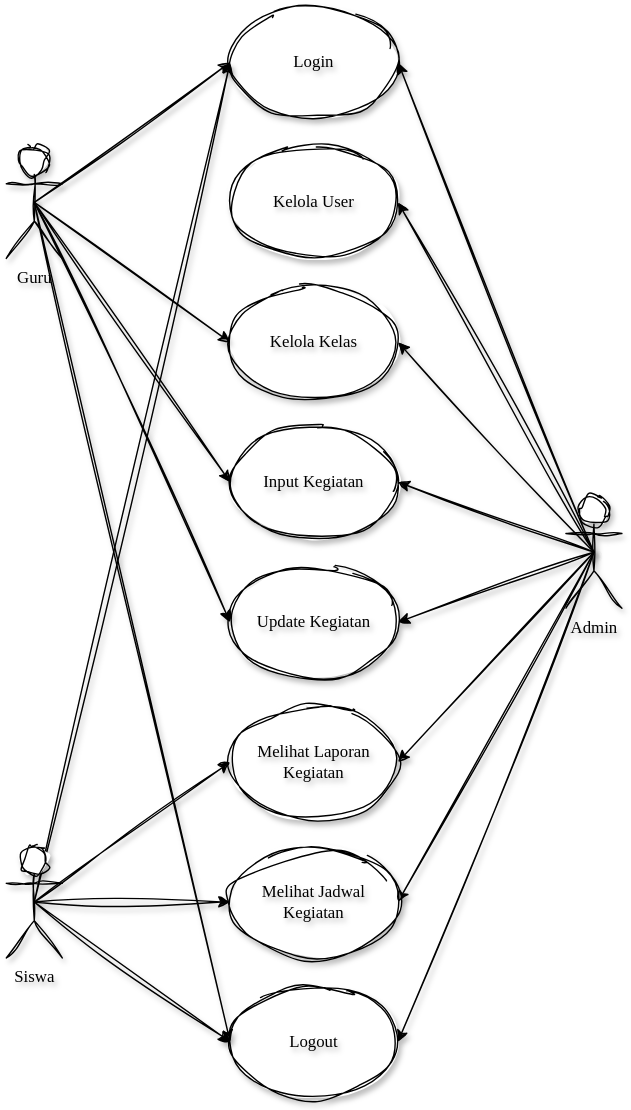
Earlier version of the draw.io export Docs/Usecase.drawio.svg (SukaMCD/Aplikasi-Guru). Source tidied: cells renumbered, new cells last; positions are measured from the earlier drawing's top-left corner, leaving out a move shared by most shapes.
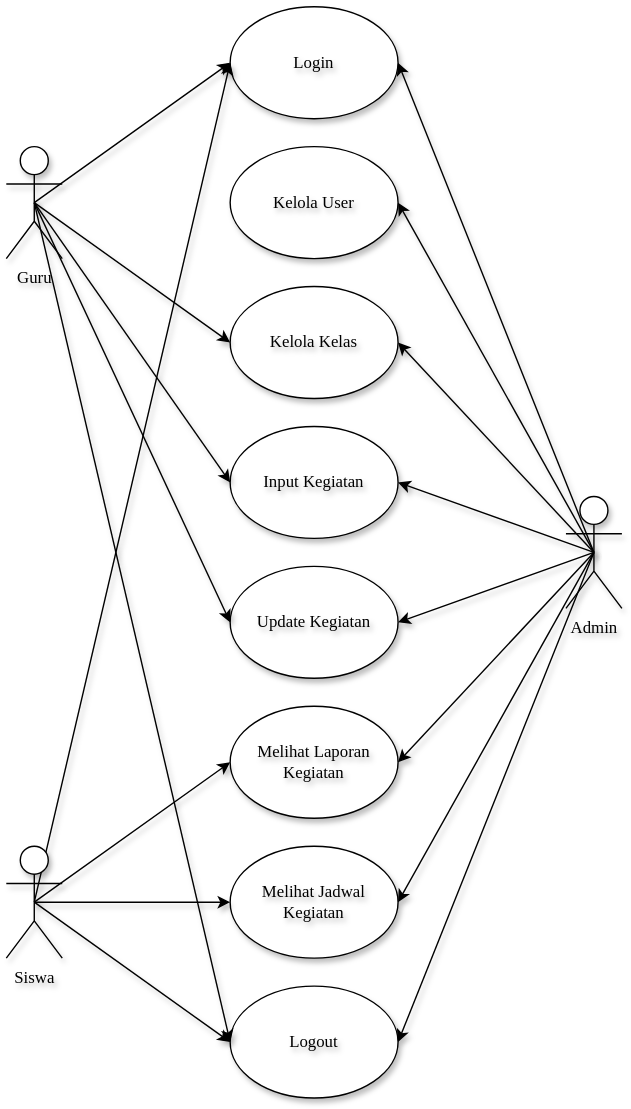
Later version of the same file.

Diff of the diagram source:
```diff
@@ -2,90 +2,90 @@
   <root>
     <mxCell id="0" />
     <mxCell id="1" parent="0" />
-    <mxCell id="2" value="Login" style="ellipse;whiteSpace=wrap;html=1;sketch=1;curveFitting=1;jiggle=2;shadow=1;fontFamily=Times New Roman;labelBackgroundColor=none;strokeColor=light-dark(#000000,#000000);fontColor=light-dark(#000000,#FFFFFF);textShadow=1;labelBorderColor=none;" parent="1" vertex="1">
+    <mxCell id="2" value="Login" style="ellipse;whiteSpace=wrap;html=1;shadow=1;fontFamily=Times New Roman;labelBackgroundColor=none;strokeColor=light-dark(#000000,#000000);fontColor=light-dark(#000000,#FFFFFF);textShadow=1;labelBorderColor=none;" parent="1" vertex="1">
       <mxGeometry x="160" width="120" height="80" as="geometry" />
     </mxCell>
-    <mxCell id="3" value="Kelola User" style="ellipse;whiteSpace=wrap;html=1;sketch=1;curveFitting=1;jiggle=2;shadow=1;fontFamily=Times New Roman;labelBackgroundColor=none;strokeColor=light-dark(#000000,#000000);fontColor=light-dark(#000000,#FFFFFF);textShadow=1;labelBorderColor=none;" parent="1" vertex="1">
+    <mxCell id="3" value="Kelola User" style="ellipse;whiteSpace=wrap;html=1;shadow=1;fontFamily=Times New Roman;labelBackgroundColor=none;strokeColor=light-dark(#000000,#000000);fontColor=light-dark(#000000,#FFFFFF);textShadow=1;labelBorderColor=none;" parent="1" vertex="1">
       <mxGeometry x="160" y="100" width="120" height="80" as="geometry" />
     </mxCell>
-    <mxCell id="4" value="Kelola Kelas" style="ellipse;whiteSpace=wrap;html=1;sketch=1;curveFitting=1;jiggle=2;shadow=1;fontFamily=Times New Roman;labelBackgroundColor=none;strokeColor=light-dark(#000000,#000000);fontColor=light-dark(#000000,#FFFFFF);textShadow=1;labelBorderColor=none;" parent="1" vertex="1">
+    <mxCell id="4" value="Kelola Kelas" style="ellipse;whiteSpace=wrap;html=1;shadow=1;fontFamily=Times New Roman;labelBackgroundColor=none;strokeColor=light-dark(#000000,#000000);fontColor=light-dark(#000000,#FFFFFF);textShadow=1;labelBorderColor=none;" parent="1" vertex="1">
       <mxGeometry x="160" y="200" width="120" height="80" as="geometry" />
     </mxCell>
-    <mxCell id="5" value="Input Kegiatan" style="ellipse;whiteSpace=wrap;html=1;sketch=1;curveFitting=1;jiggle=2;shadow=1;fontFamily=Times New Roman;labelBackgroundColor=none;strokeColor=light-dark(#000000,#000000);fontColor=light-dark(#000000,#FFFFFF);textShadow=1;labelBorderColor=none;" parent="1" vertex="1">
+    <mxCell id="5" value="Input Kegiatan" style="ellipse;whiteSpace=wrap;html=1;shadow=1;fontFamily=Times New Roman;labelBackgroundColor=none;strokeColor=light-dark(#000000,#000000);fontColor=light-dark(#000000,#FFFFFF);textShadow=1;labelBorderColor=none;" parent="1" vertex="1">
       <mxGeometry x="160" y="300" width="120" height="80" as="geometry" />
     </mxCell>
-    <mxCell id="6" value="Update Kegiatan" style="ellipse;whiteSpace=wrap;html=1;sketch=1;curveFitting=1;jiggle=2;shadow=1;fontFamily=Times New Roman;labelBackgroundColor=none;strokeColor=light-dark(#000000,#000000);fontColor=light-dark(#000000,#FFFFFF);textShadow=1;labelBorderColor=none;" parent="1" vertex="1">
+    <mxCell id="6" value="Update Kegiatan" style="ellipse;whiteSpace=wrap;html=1;shadow=1;fontFamily=Times New Roman;labelBackgroundColor=none;strokeColor=light-dark(#000000,#000000);fontColor=light-dark(#000000,#FFFFFF);textShadow=1;labelBorderColor=none;" parent="1" vertex="1">
       <mxGeometry x="160" y="400" width="120" height="80" as="geometry" />
     </mxCell>
-    <mxCell id="7" value="Melihat Laporan Kegiatan" style="ellipse;whiteSpace=wrap;html=1;sketch=1;curveFitting=1;jiggle=2;shadow=1;fontFamily=Times New Roman;labelBackgroundColor=none;strokeColor=light-dark(#000000,#000000);fontColor=light-dark(#000000,#FFFFFF);textShadow=1;labelBorderColor=none;" parent="1" vertex="1">
+    <mxCell id="7" value="Melihat Laporan Kegiatan" style="ellipse;whiteSpace=wrap;html=1;shadow=1;fontFamily=Times New Roman;labelBackgroundColor=none;strokeColor=light-dark(#000000,#000000);fontColor=light-dark(#000000,#FFFFFF);textShadow=1;labelBorderColor=none;" parent="1" vertex="1">
       <mxGeometry x="160" y="500" width="120" height="80" as="geometry" />
     </mxCell>
-    <mxCell id="8" value="Melihat Jadwal Kegiatan" style="ellipse;whiteSpace=wrap;html=1;sketch=1;curveFitting=1;jiggle=2;shadow=1;fontFamily=Times New Roman;labelBackgroundColor=none;strokeColor=light-dark(#000000,#000000);fontColor=light-dark(#000000,#FFFFFF);textShadow=1;labelBorderColor=none;" parent="1" vertex="1">
+    <mxCell id="8" value="Melihat Jadwal Kegiatan" style="ellipse;whiteSpace=wrap;html=1;shadow=1;fontFamily=Times New Roman;labelBackgroundColor=none;strokeColor=light-dark(#000000,#000000);fontColor=light-dark(#000000,#FFFFFF);textShadow=1;labelBorderColor=none;" parent="1" vertex="1">
       <mxGeometry x="160" y="600" width="120" height="80" as="geometry" />
     </mxCell>
-    <mxCell id="9" value="Logout" style="ellipse;whiteSpace=wrap;html=1;sketch=1;curveFitting=1;jiggle=2;shadow=1;fontFamily=Times New Roman;labelBackgroundColor=none;strokeColor=light-dark(#000000,#000000);fontColor=light-dark(#000000,#FFFFFF);textShadow=1;labelBorderColor=none;" parent="1" vertex="1">
+    <mxCell id="9" value="Logout" style="ellipse;whiteSpace=wrap;html=1;shadow=1;fontFamily=Times New Roman;labelBackgroundColor=none;strokeColor=light-dark(#000000,#000000);fontColor=light-dark(#000000,#FFFFFF);textShadow=1;labelBorderColor=none;" parent="1" vertex="1">
       <mxGeometry x="160" y="700" width="120" height="80" as="geometry" />
     </mxCell>
-    <mxCell id="10" style="edgeStyle=none;html=1;exitX=0.5;exitY=0.5;exitDx=0;exitDy=0;exitPerimeter=0;entryX=1;entryY=0.5;entryDx=0;entryDy=0;sketch=1;curveFitting=1;jiggle=2;shadow=1;fontFamily=Times New Roman;labelBackgroundColor=none;fontColor=light-dark(#000000,#000000);strokeColor=light-dark(#000000,#000000);textShadow=1;labelBorderColor=none;" parent="1" edge="1" source="18" target="2">
+    <mxCell id="10" style="edgeStyle=none;html=1;exitX=0.5;exitY=0.5;exitDx=0;exitDy=0;exitPerimeter=0;entryX=1;entryY=0.5;entryDx=0;entryDy=0;shadow=1;fontFamily=Times New Roman;labelBackgroundColor=none;fontColor=light-dark(#000000,#000000);strokeColor=light-dark(#000000,#000000);textShadow=1;labelBorderColor=none;" parent="1" edge="1" source="18" target="2">
       <mxGeometry relative="1" as="geometry" />
     </mxCell>
-    <mxCell id="11" style="edgeStyle=none;html=1;exitX=0.5;exitY=0.5;exitDx=0;exitDy=0;exitPerimeter=0;entryX=1;entryY=0.5;entryDx=0;entryDy=0;sketch=1;curveFitting=1;jiggle=2;shadow=1;fontFamily=Times New Roman;labelBackgroundColor=none;fontColor=light-dark(#000000,#000000);strokeColor=light-dark(#000000,#000000);textShadow=1;labelBorderColor=none;" parent="1" edge="1" source="18" target="3">
+    <mxCell id="11" style="edgeStyle=none;html=1;exitX=0.5;exitY=0.5;exitDx=0;exitDy=0;exitPerimeter=0;entryX=1;entryY=0.5;entryDx=0;entryDy=0;shadow=1;fontFamily=Times New Roman;labelBackgroundColor=none;fontColor=light-dark(#000000,#000000);strokeColor=light-dark(#000000,#000000);textShadow=1;labelBorderColor=none;" parent="1" edge="1" source="18" target="3">
       <mxGeometry relative="1" as="geometry" />
     </mxCell>
-    <mxCell id="12" style="edgeStyle=none;html=1;exitX=0.5;exitY=0.5;exitDx=0;exitDy=0;exitPerimeter=0;entryX=1;entryY=0.5;entryDx=0;entryDy=0;sketch=1;curveFitting=1;jiggle=2;shadow=1;fontFamily=Times New Roman;labelBackgroundColor=none;fontColor=light-dark(#000000,#000000);strokeColor=light-dark(#000000,#000000);textShadow=1;labelBorderColor=none;" parent="1" edge="1" source="18" target="5">
+    <mxCell id="12" style="edgeStyle=none;html=1;exitX=0.5;exitY=0.5;exitDx=0;exitDy=0;exitPerimeter=0;entryX=1;entryY=0.5;entryDx=0;entryDy=0;shadow=1;fontFamily=Times New Roman;labelBackgroundColor=none;fontColor=light-dark(#000000,#000000);strokeColor=light-dark(#000000,#000000);textShadow=1;labelBorderColor=none;" parent="1" edge="1" source="18" target="5">
       <mxGeometry relative="1" as="geometry" />
     </mxCell>
-    <mxCell id="13" style="edgeStyle=none;html=1;exitX=0.5;exitY=0.5;exitDx=0;exitDy=0;exitPerimeter=0;entryX=1;entryY=0.5;entryDx=0;entryDy=0;sketch=1;curveFitting=1;jiggle=2;shadow=1;fontFamily=Times New Roman;labelBackgroundColor=none;fontColor=light-dark(#000000,#000000);strokeColor=light-dark(#000000,#000000);textShadow=1;labelBorderColor=none;" parent="1" edge="1" source="18" target="6">
+    <mxCell id="13" style="edgeStyle=none;html=1;exitX=0.5;exitY=0.5;exitDx=0;exitDy=0;exitPerimeter=0;entryX=1;entryY=0.5;entryDx=0;entryDy=0;shadow=1;fontFamily=Times New Roman;labelBackgroundColor=none;fontColor=light-dark(#000000,#000000);strokeColor=light-dark(#000000,#000000);textShadow=1;labelBorderColor=none;" parent="1" edge="1" source="18" target="6">
       <mxGeometry relative="1" as="geometry" />
     </mxCell>
-    <mxCell id="14" style="edgeStyle=none;html=1;exitX=0.5;exitY=0.5;exitDx=0;exitDy=0;exitPerimeter=0;entryX=1;entryY=0.5;entryDx=0;entryDy=0;sketch=1;curveFitting=1;jiggle=2;shadow=1;fontFamily=Times New Roman;labelBackgroundColor=none;fontColor=light-dark(#000000,#000000);strokeColor=light-dark(#000000,#000000);textShadow=1;labelBorderColor=none;" parent="1" edge="1" source="18" target="7">
+    <mxCell id="14" style="edgeStyle=none;html=1;exitX=0.5;exitY=0.5;exitDx=0;exitDy=0;exitPerimeter=0;entryX=1;entryY=0.5;entryDx=0;entryDy=0;shadow=1;fontFamily=Times New Roman;labelBackgroundColor=none;fontColor=light-dark(#000000,#000000);strokeColor=light-dark(#000000,#000000);textShadow=1;labelBorderColor=none;" parent="1" edge="1" source="18" target="7">
       <mxGeometry relative="1" as="geometry" />
     </mxCell>
-    <mxCell id="15" style="edgeStyle=none;html=1;exitX=0.5;exitY=0.5;exitDx=0;exitDy=0;exitPerimeter=0;entryX=1;entryY=0.5;entryDx=0;entryDy=0;sketch=1;curveFitting=1;jiggle=2;shadow=1;fontFamily=Times New Roman;labelBackgroundColor=none;fontColor=light-dark(#000000,#000000);strokeColor=light-dark(#000000,#000000);textShadow=1;labelBorderColor=none;" parent="1" edge="1" source="18" target="8">
+    <mxCell id="15" style="edgeStyle=none;html=1;exitX=0.5;exitY=0.5;exitDx=0;exitDy=0;exitPerimeter=0;entryX=1;entryY=0.5;entryDx=0;entryDy=0;shadow=1;fontFamily=Times New Roman;labelBackgroundColor=none;fontColor=light-dark(#000000,#000000);strokeColor=light-dark(#000000,#000000);textShadow=1;labelBorderColor=none;" parent="1" edge="1" source="18" target="8">
       <mxGeometry relative="1" as="geometry" />
     </mxCell>
-    <mxCell id="16" style="edgeStyle=none;html=1;exitX=0.5;exitY=0.5;exitDx=0;exitDy=0;exitPerimeter=0;entryX=1;entryY=0.5;entryDx=0;entryDy=0;sketch=1;curveFitting=1;jiggle=2;shadow=1;fontFamily=Times New Roman;labelBackgroundColor=none;fontColor=light-dark(#000000,#000000);strokeColor=light-dark(#000000,#000000);textShadow=1;labelBorderColor=none;" parent="1" edge="1" source="18" target="9">
+    <mxCell id="16" style="edgeStyle=none;html=1;exitX=0.5;exitY=0.5;exitDx=0;exitDy=0;exitPerimeter=0;entryX=1;entryY=0.5;entryDx=0;entryDy=0;shadow=1;fontFamily=Times New Roman;labelBackgroundColor=none;fontColor=light-dark(#000000,#000000);strokeColor=light-dark(#000000,#000000);textShadow=1;labelBorderColor=none;" parent="1" edge="1" source="18" target="9">
       <mxGeometry relative="1" as="geometry" />
     </mxCell>
-    <mxCell id="17" style="edgeStyle=none;html=1;exitX=0.5;exitY=0.5;exitDx=0;exitDy=0;exitPerimeter=0;entryX=1;entryY=0.5;entryDx=0;entryDy=0;sketch=1;curveFitting=1;jiggle=2;shadow=1;fontFamily=Times New Roman;labelBackgroundColor=none;fontColor=light-dark(#000000,#000000);strokeColor=light-dark(#000000,#000000);textShadow=1;labelBorderColor=none;" parent="1" edge="1" source="18" target="4">
+    <mxCell id="17" style="edgeStyle=none;html=1;exitX=0.5;exitY=0.5;exitDx=0;exitDy=0;exitPerimeter=0;entryX=1;entryY=0.5;entryDx=0;entryDy=0;shadow=1;fontFamily=Times New Roman;labelBackgroundColor=none;fontColor=light-dark(#000000,#000000);strokeColor=light-dark(#000000,#000000);textShadow=1;labelBorderColor=none;" parent="1" edge="1" source="18" target="4">
       <mxGeometry relative="1" as="geometry" />
     </mxCell>
-    <mxCell id="18" value="Admin" style="shape=umlActor;verticalLabelPosition=bottom;verticalAlign=top;html=1;outlineConnect=0;sketch=1;curveFitting=1;jiggle=2;shadow=1;fontFamily=Times New Roman;labelBackgroundColor=none;strokeColor=light-dark(#000000,#000000);fontColor=light-dark(#000000,#000000);textShadow=1;labelBorderColor=none;" parent="1" vertex="1">
+    <mxCell id="18" value="Admin" style="shape=umlActor;verticalLabelPosition=bottom;verticalAlign=top;html=1;outlineConnect=0;shadow=1;fontFamily=Times New Roman;labelBackgroundColor=none;strokeColor=light-dark(#000000,#000000);fontColor=light-dark(#000000,#000000);textShadow=1;labelBorderColor=none;" parent="1" vertex="1">
       <mxGeometry x="400" y="350" width="40" height="80" as="geometry" />
     </mxCell>
-    <mxCell id="19" style="edgeStyle=none;html=1;exitX=0.5;exitY=0.5;exitDx=0;exitDy=0;exitPerimeter=0;entryX=0;entryY=0.5;entryDx=0;entryDy=0;sketch=1;curveFitting=1;jiggle=2;shadow=1;fontFamily=Times New Roman;labelBackgroundColor=none;fontColor=light-dark(#000000,#000000);strokeColor=light-dark(#000000,#000000);textShadow=1;labelBorderColor=none;" parent="1" edge="1" source="23" target="2">
+    <mxCell id="19" style="edgeStyle=none;html=1;exitX=0.5;exitY=0.5;exitDx=0;exitDy=0;exitPerimeter=0;entryX=0;entryY=0.5;entryDx=0;entryDy=0;shadow=1;fontFamily=Times New Roman;labelBackgroundColor=none;fontColor=light-dark(#000000,#000000);strokeColor=light-dark(#000000,#000000);textShadow=1;labelBorderColor=none;" parent="1" edge="1" source="23" target="2">
       <mxGeometry relative="1" as="geometry" />
     </mxCell>
-    <mxCell id="20" style="edgeStyle=none;html=1;exitX=0.5;exitY=0.5;exitDx=0;exitDy=0;exitPerimeter=0;sketch=1;curveFitting=1;jiggle=2;shadow=1;fontFamily=Times New Roman;labelBackgroundColor=none;fontColor=light-dark(#000000,#000000);strokeColor=light-dark(#000000,#000000);textShadow=1;labelBorderColor=none;" parent="1" edge="1" source="23">
+    <mxCell id="20" style="edgeStyle=none;html=1;exitX=0.5;exitY=0.5;exitDx=0;exitDy=0;exitPerimeter=0;shadow=1;fontFamily=Times New Roman;labelBackgroundColor=none;fontColor=light-dark(#000000,#000000);strokeColor=light-dark(#000000,#000000);textShadow=1;labelBorderColor=none;" parent="1" edge="1" source="23">
       <mxGeometry relative="1" as="geometry">
         <mxPoint x="160" y="740" as="targetPoint" />
       </mxGeometry>
     </mxCell>
-    <mxCell id="21" style="edgeStyle=none;html=1;exitX=0.5;exitY=0.5;exitDx=0;exitDy=0;exitPerimeter=0;entryX=0;entryY=0.5;entryDx=0;entryDy=0;sketch=1;curveFitting=1;jiggle=2;shadow=1;fontFamily=Times New Roman;labelBackgroundColor=none;fontColor=light-dark(#000000,#000000);strokeColor=light-dark(#000000,#000000);textShadow=1;labelBorderColor=none;" parent="1" edge="1" source="23" target="7">
+    <mxCell id="21" style="edgeStyle=none;html=1;exitX=0.5;exitY=0.5;exitDx=0;exitDy=0;exitPerimeter=0;entryX=0;entryY=0.5;entryDx=0;entryDy=0;shadow=1;fontFamily=Times New Roman;labelBackgroundColor=none;fontColor=light-dark(#000000,#000000);strokeColor=light-dark(#000000,#000000);textShadow=1;labelBorderColor=none;" parent="1" edge="1" source="23" target="7">
       <mxGeometry relative="1" as="geometry" />
     </mxCell>
-    <mxCell id="22" style="edgeStyle=none;html=1;exitX=0.5;exitY=0.5;exitDx=0;exitDy=0;exitPerimeter=0;entryX=0;entryY=0.5;entryDx=0;entryDy=0;sketch=1;curveFitting=1;jiggle=2;shadow=1;fontFamily=Times New Roman;labelBackgroundColor=none;fontColor=light-dark(#000000,#000000);strokeColor=light-dark(#000000,#000000);textShadow=1;labelBorderColor=none;" parent="1" edge="1" source="23" target="8">
+    <mxCell id="22" style="edgeStyle=none;html=1;exitX=0.5;exitY=0.5;exitDx=0;exitDy=0;exitPerimeter=0;entryX=0;entryY=0.5;entryDx=0;entryDy=0;shadow=1;fontFamily=Times New Roman;labelBackgroundColor=none;fontColor=light-dark(#000000,#000000);strokeColor=light-dark(#000000,#000000);textShadow=1;labelBorderColor=none;" parent="1" edge="1" source="23" target="8">
       <mxGeometry relative="1" as="geometry" />
     </mxCell>
-    <mxCell id="23" value="Siswa" style="shape=umlActor;verticalLabelPosition=bottom;verticalAlign=top;html=1;outlineConnect=0;sketch=1;curveFitting=1;jiggle=2;shadow=1;fontFamily=Times New Roman;labelBackgroundColor=none;strokeColor=light-dark(#000000,#000000);fontColor=light-dark(#000000,#000000);textShadow=1;labelBorderColor=none;" parent="1" vertex="1">
+    <mxCell id="23" value="Siswa" style="shape=umlActor;verticalLabelPosition=bottom;verticalAlign=top;html=1;outlineConnect=0;shadow=1;fontFamily=Times New Roman;labelBackgroundColor=none;strokeColor=light-dark(#000000,#000000);fontColor=light-dark(#000000,#000000);textShadow=1;labelBorderColor=none;" parent="1" vertex="1">
       <mxGeometry y="600" width="40" height="80" as="geometry" />
     </mxCell>
-    <mxCell id="24" style="edgeStyle=none;html=1;exitX=0.5;exitY=0.5;exitDx=0;exitDy=0;exitPerimeter=0;entryX=0;entryY=0.5;entryDx=0;entryDy=0;sketch=1;curveFitting=1;jiggle=2;shadow=1;fontFamily=Times New Roman;labelBackgroundColor=none;fontColor=light-dark(#000000,#000000);strokeColor=light-dark(#000000,#000000);textShadow=1;labelBorderColor=none;" parent="1" edge="1" source="29" target="2">
+    <mxCell id="24" style="edgeStyle=none;html=1;exitX=0.5;exitY=0.5;exitDx=0;exitDy=0;exitPerimeter=0;entryX=0;entryY=0.5;entryDx=0;entryDy=0;shadow=1;fontFamily=Times New Roman;labelBackgroundColor=none;fontColor=light-dark(#000000,#000000);strokeColor=light-dark(#000000,#000000);textShadow=1;labelBorderColor=none;" parent="1" edge="1" source="29" target="2">
       <mxGeometry relative="1" as="geometry" />
     </mxCell>
-    <mxCell id="25" style="edgeStyle=none;html=1;exitX=0.5;exitY=0.5;exitDx=0;exitDy=0;exitPerimeter=0;entryX=0;entryY=0.5;entryDx=0;entryDy=0;sketch=1;curveFitting=1;jiggle=2;shadow=1;fontFamily=Times New Roman;labelBackgroundColor=none;fontColor=light-dark(#000000,#000000);strokeColor=light-dark(#000000,#000000);textShadow=1;labelBorderColor=none;" parent="1" edge="1" source="29" target="9">
+    <mxCell id="25" style="edgeStyle=none;html=1;exitX=0.5;exitY=0.5;exitDx=0;exitDy=0;exitPerimeter=0;entryX=0;entryY=0.5;entryDx=0;entryDy=0;shadow=1;fontFamily=Times New Roman;labelBackgroundColor=none;fontColor=light-dark(#000000,#000000);strokeColor=light-dark(#000000,#000000);textShadow=1;labelBorderColor=none;" parent="1" edge="1" source="29" target="9">
       <mxGeometry relative="1" as="geometry" />
     </mxCell>
-    <mxCell id="26" style="edgeStyle=none;html=1;exitX=0.5;exitY=0.5;exitDx=0;exitDy=0;exitPerimeter=0;entryX=0;entryY=0.5;entryDx=0;entryDy=0;sketch=1;curveFitting=1;jiggle=2;shadow=1;fontFamily=Times New Roman;labelBackgroundColor=none;fontColor=light-dark(#000000,#000000);strokeColor=light-dark(#000000,#000000);textShadow=1;labelBorderColor=none;" parent="1" edge="1" source="29" target="4">
+    <mxCell id="26" style="edgeStyle=none;html=1;exitX=0.5;exitY=0.5;exitDx=0;exitDy=0;exitPerimeter=0;entryX=0;entryY=0.5;entryDx=0;entryDy=0;shadow=1;fontFamily=Times New Roman;labelBackgroundColor=none;fontColor=light-dark(#000000,#000000);strokeColor=light-dark(#000000,#000000);textShadow=1;labelBorderColor=none;" parent="1" edge="1" source="29" target="4">
       <mxGeometry relative="1" as="geometry" />
     </mxCell>
-    <mxCell id="27" style="edgeStyle=none;html=1;exitX=0.5;exitY=0.5;exitDx=0;exitDy=0;exitPerimeter=0;entryX=0;entryY=0.5;entryDx=0;entryDy=0;sketch=1;curveFitting=1;jiggle=2;shadow=1;fontFamily=Times New Roman;labelBackgroundColor=none;fontColor=light-dark(#000000,#000000);strokeColor=light-dark(#000000,#000000);textShadow=1;labelBorderColor=none;" parent="1" edge="1" source="29" target="5">
+    <mxCell id="27" style="edgeStyle=none;html=1;exitX=0.5;exitY=0.5;exitDx=0;exitDy=0;exitPerimeter=0;entryX=0;entryY=0.5;entryDx=0;entryDy=0;shadow=1;fontFamily=Times New Roman;labelBackgroundColor=none;fontColor=light-dark(#000000,#000000);strokeColor=light-dark(#000000,#000000);textShadow=1;labelBorderColor=none;" parent="1" edge="1" source="29" target="5">
       <mxGeometry relative="1" as="geometry" />
     </mxCell>
-    <mxCell id="28" style="edgeStyle=none;html=1;exitX=0.5;exitY=0.5;exitDx=0;exitDy=0;exitPerimeter=0;entryX=0;entryY=0.5;entryDx=0;entryDy=0;sketch=1;curveFitting=1;jiggle=2;shadow=1;fontFamily=Times New Roman;labelBackgroundColor=none;fontColor=light-dark(#000000,#000000);strokeColor=light-dark(#000000,#000000);textShadow=1;labelBorderColor=none;" parent="1" edge="1" source="29" target="6">
+    <mxCell id="28" style="edgeStyle=none;html=1;exitX=0.5;exitY=0.5;exitDx=0;exitDy=0;exitPerimeter=0;entryX=0;entryY=0.5;entryDx=0;entryDy=0;shadow=1;fontFamily=Times New Roman;labelBackgroundColor=none;fontColor=light-dark(#000000,#000000);strokeColor=light-dark(#000000,#000000);textShadow=1;labelBorderColor=none;" parent="1" edge="1" source="29" target="6">
       <mxGeometry relative="1" as="geometry" />
     </mxCell>
-    <mxCell id="29" value="Guru" style="shape=umlActor;verticalLabelPosition=bottom;verticalAlign=top;html=1;outlineConnect=0;sketch=1;curveFitting=1;jiggle=2;shadow=1;fontFamily=Times New Roman;labelBackgroundColor=none;strokeColor=light-dark(#000000,#000000);fontColor=light-dark(#000000,#000000);textShadow=1;labelBorderColor=none;" parent="1" vertex="1">
+    <mxCell id="29" value="Guru" style="shape=umlActor;verticalLabelPosition=bottom;verticalAlign=top;html=1;outlineConnect=0;shadow=1;fontFamily=Times New Roman;labelBackgroundColor=none;strokeColor=light-dark(#000000,#000000);fontColor=light-dark(#000000,#000000);textShadow=1;labelBorderColor=none;" parent="1" vertex="1">
       <mxGeometry y="100" width="40" height="80" as="geometry" />
     </mxCell>
   </root>
```
